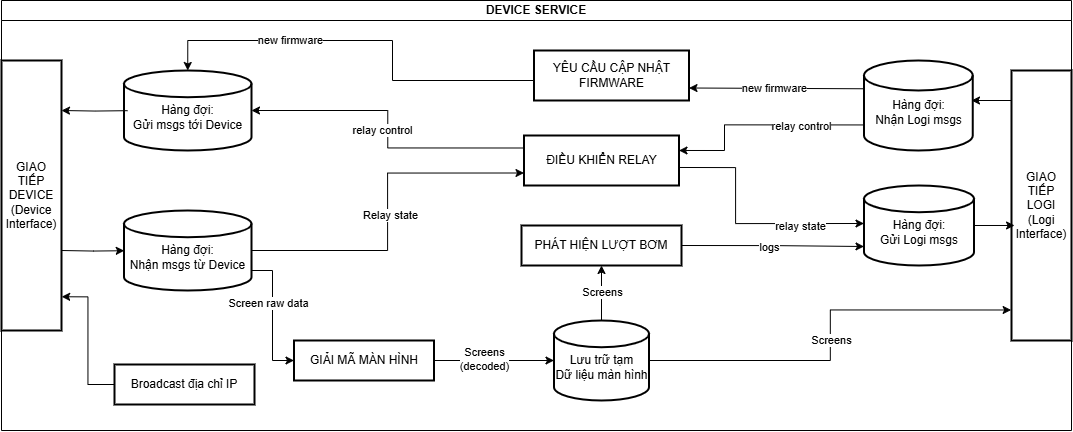
Above: Figures/Chap3_DeviceService-function-block.png in sonnt0201/do-an-tot-nghiep (draw.io), before the change. Source tidied: cells renumbered, new cells last; positions are measured from the earlier drawing's top-left corner, leaving out a move shared by most shapes.
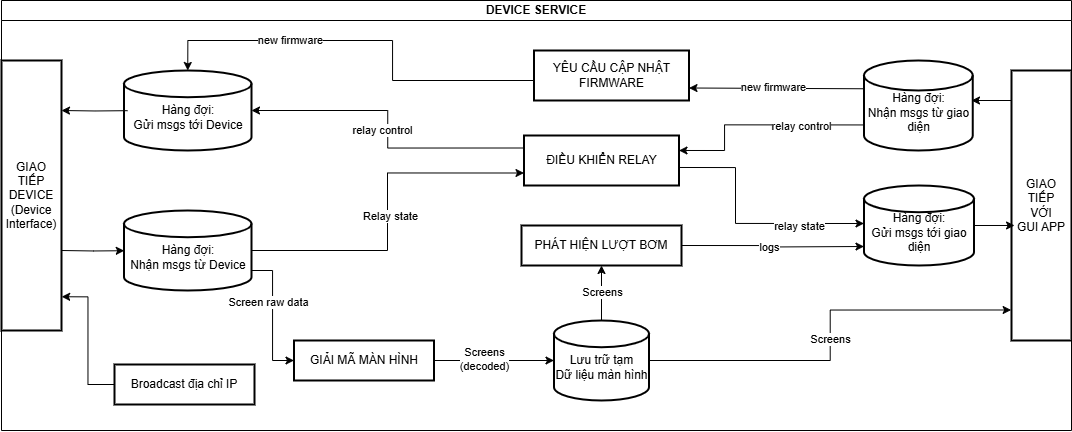
Above is the later version.

The edit, as a diff of the source:
```diff
@@ -17,11 +17,11 @@
     <mxCell id="6" style="edgeStyle=orthogonalEdgeStyle;rounded=0;jettySize=auto;html=1;" parent="2" edge="1" source="8" target="9">
       <mxGeometry relative="1" as="geometry" />
     </mxCell>
-    <mxCell id="7" value="Screens" style="edgeLabel;html=1;align=center;verticalAlign=middle;" parent="6" vertex="1">
-      <mxGeometry x="0.2" y="2" relative="1" as="geometry">
-        <mxPoint x="2" y="4" as="offset" />
-      </mxGeometry>
-    </mxCell>
+    <mxCell id="42" value="Screens" style="edgeLabel;html=1;align=center;verticalAlign=middle;" parent="6" vertex="1">
+      <mxGeometry x="0.2" y="2" relative="1" as="geometry">
+        <mxPoint x="2" y="4" as="offset" />
+      </mxGeometry>
+    </mxCell>
     <mxCell id="8" value="&lt;div&gt;&lt;br&gt;&lt;/div&gt;Lưu trữ tạm&lt;div&gt;Dữ liệu màn hình&lt;/div&gt;" style="strokeWidth=2;html=1;shape=mxgraph.flowchart.database;whiteSpace=wrap;" parent="2" vertex="1">
       <mxGeometry x="552.5" y="320" width="95" height="80" as="geometry" />
     </mxCell>
@@ -31,73 +31,73 @@
     <mxCell id="10" value="ĐIỀU KHIỂN RELAY" style="rounded=0;whiteSpace=wrap;html=1;absoluteArcSize=1;arcSize=14;strokeWidth=2;" parent="2" vertex="1">
       <mxGeometry x="522.5" y="135" width="155" height="50" as="geometry" />
     </mxCell>
-    <mxCell id="11" value="YÊU CẦU CẬP NHẬT FIRMWARE" style="rounded=0;whiteSpace=wrap;html=1;absoluteArcSize=1;arcSize=14;strokeWidth=2;strokeColor=default;fontColor=#000000;" parent="2" vertex="1">
+    <mxCell id="11" value="&lt;font&gt;YÊU CẦU CẬP NHẬT FIRMWARE&lt;/font&gt;" style="rounded=0;whiteSpace=wrap;html=1;absoluteArcSize=1;arcSize=14;strokeWidth=2;strokeColor=default;fontColor=#000000;" parent="2" vertex="1">
       <mxGeometry x="532.5" y="50" width="155" height="50" as="geometry" />
     </mxCell>
     <mxCell id="12" value="GIAO TIẾP&lt;div&gt;DEVICE&lt;/div&gt;&lt;div&gt;(Device Interface)&lt;/div&gt;" style="rounded=0;whiteSpace=wrap;html=1;absoluteArcSize=1;arcSize=14;strokeWidth=2;" parent="2" vertex="1">
       <mxGeometry y="60" width="60" height="270" as="geometry" />
     </mxCell>
-    <mxCell id="13" style="edgeStyle=orthogonalEdgeStyle;rounded=0;jettySize=auto;html=1;exitX=0;exitY=0.716;exitDx=0;exitDy=0;exitPerimeter=0;entryX=1;entryY=0.25;entryDx=0;entryDy=0;" parent="2" edge="1" source="15">
-      <mxGeometry relative="1" as="geometry">
-        <mxPoint x="677.5" y="150" as="targetPoint" />
-        <Array as="points">
-          <mxPoint x="723" y="124" />
-          <mxPoint x="723" y="150" />
-        </Array>
-      </mxGeometry>
-    </mxCell>
-    <mxCell id="14" value="relay control" style="edgeLabel;html=1;align=center;verticalAlign=middle;" parent="13" vertex="1">
-      <mxGeometry x="-0.02" relative="1" as="geometry">
-        <mxPoint x="40" y="1" as="offset" />
-      </mxGeometry>
-    </mxCell>
-    <mxCell id="15" value="&lt;div&gt;&lt;br&gt;&lt;/div&gt;&lt;div&gt;Hàng đợi:&lt;/div&gt;&lt;div&gt;Nhận&amp;nbsp;&lt;span style=&quot;background-color: transparent; color: light-dark(rgb(0, 0, 0), rgb(255, 255, 255));&quot;&gt;Logi msgs&lt;/span&gt;&lt;/div&gt;" style="strokeWidth=2;html=1;shape=mxgraph.flowchart.database;whiteSpace=wrap;" parent="2" vertex="1">
-      <mxGeometry x="862.5" y="60" width="108.8" height="90" as="geometry" />
-    </mxCell>
-    <mxCell id="16" value="&lt;br&gt;&lt;div&gt;&lt;div&gt;Hàng đợi:&lt;/div&gt;&lt;div&gt;Gửi&amp;nbsp;&lt;span style=&quot;background-color: transparent; color: light-dark(rgb(0, 0, 0), rgb(255, 255, 255));&quot;&gt;Logi msgs&lt;/span&gt;&lt;/div&gt;&lt;/div&gt;" style="strokeWidth=2;html=1;shape=mxgraph.flowchart.database;whiteSpace=wrap;" parent="2" vertex="1">
-      <mxGeometry x="862.5" y="185" width="110" height="80" as="geometry" />
-    </mxCell>
-    <mxCell id="17" value="GIAO TIẾP&lt;div&gt;LOGI&lt;/div&gt;&lt;div&gt;(Logi Interface)&lt;/div&gt;" style="rounded=0;whiteSpace=wrap;html=1;absoluteArcSize=1;arcSize=14;strokeWidth=2;" parent="2" vertex="1">
-      <mxGeometry x="1010" y="70" width="60" height="270" as="geometry" />
-    </mxCell>
-    <mxCell id="18" style="edgeStyle=orthogonalEdgeStyle;rounded=0;jettySize=auto;html=1;entryX=-0.006;entryY=0.887;entryDx=0;entryDy=0;entryPerimeter=0;" parent="2" edge="1" source="8" target="17">
-      <mxGeometry relative="1" as="geometry" />
-    </mxCell>
-    <mxCell id="19" value="Screens" style="edgeLabel;html=1;align=center;verticalAlign=middle;" parent="18" vertex="1">
-      <mxGeometry x="-0.02" relative="1" as="geometry" />
-    </mxCell>
-    <mxCell id="20" style="endArrow=classic;html=1;rounded=0;exitX=1;exitY=0.5;exitDx=0;exitDy=0;exitPerimeter=0;entryX=0.051;entryY=0.574;entryDx=0;entryDy=0;entryPerimeter=0;" parent="2" edge="1" source="16" target="17">
-      <mxGeometry relative="1" as="geometry" />
-    </mxCell>
-    <mxCell id="21" style="edgeStyle=orthogonalEdgeStyle;rounded=0;orthogonalLoop=1;jettySize=auto;html=1;" parent="2" edge="1">
-      <mxGeometry relative="1" as="geometry">
-        <mxPoint x="678.5" y="167" as="sourcePoint" />
-        <mxPoint x="862.5" y="223" as="targetPoint" />
-        <Array as="points">
-          <mxPoint x="734" y="167" />
-          <mxPoint x="734" y="223" />
-        </Array>
-      </mxGeometry>
-    </mxCell>
+    <mxCell id="43" style="edgeStyle=orthogonalEdgeStyle;rounded=0;jettySize=auto;html=1;exitX=0;exitY=0.716;exitDx=0;exitDy=0;exitPerimeter=0;entryX=1;entryY=0.25;entryDx=0;entryDy=0;" parent="2" edge="1" source="45">
+      <mxGeometry relative="1" as="geometry">
+        <mxPoint x="677.5" y="150" as="targetPoint" />
+        <Array as="points">
+          <mxPoint x="723" y="124" />
+          <mxPoint x="723" y="150" />
+        </Array>
+      </mxGeometry>
+    </mxCell>
+    <mxCell id="44" value="relay control" style="edgeLabel;html=1;align=center;verticalAlign=middle;" parent="43" vertex="1">
+      <mxGeometry x="-0.02" relative="1" as="geometry">
+        <mxPoint x="40" y="1" as="offset" />
+      </mxGeometry>
+    </mxCell>
+    <mxCell id="45" value="&lt;div&gt;&lt;br&gt;&lt;/div&gt;&lt;div&gt;Hàng đợi:&lt;/div&gt;&lt;div&gt;Nhận&lt;span style=&quot;background-color: transparent; color: light-dark(rgb(0, 0, 0), rgb(255, 255, 255));&quot;&gt;&amp;nbsp;msgs từ giao diện&lt;/span&gt;&lt;/div&gt;" style="strokeWidth=2;html=1;shape=mxgraph.flowchart.database;whiteSpace=wrap;" parent="2" vertex="1">
+      <mxGeometry x="862.5" y="60" width="108.8" height="90" as="geometry" />
+    </mxCell>
+    <mxCell id="46" value="&lt;br&gt;&lt;div&gt;&lt;div&gt;Hàng đợi:&lt;/div&gt;&lt;div&gt;Gửi&amp;nbsp;&lt;span style=&quot;background-color: transparent; color: light-dark(rgb(0, 0, 0), rgb(255, 255, 255));&quot;&gt;msgs tới giao diện&lt;/span&gt;&lt;/div&gt;&lt;/div&gt;" style="strokeWidth=2;html=1;shape=mxgraph.flowchart.database;whiteSpace=wrap;" parent="2" vertex="1">
+      <mxGeometry x="862.5" y="185" width="110" height="80" as="geometry" />
+    </mxCell>
+    <mxCell id="47" value="GIAO TIẾP&lt;div&gt;VỚI&lt;br&gt;&lt;div&gt;GUI APP&lt;/div&gt;&lt;/div&gt;" style="rounded=0;whiteSpace=wrap;html=1;absoluteArcSize=1;arcSize=14;strokeWidth=2;" parent="2" vertex="1">
+      <mxGeometry x="1010" y="70" width="60" height="270" as="geometry" />
+    </mxCell>
+    <mxCell id="48" style="edgeStyle=orthogonalEdgeStyle;rounded=0;jettySize=auto;html=1;entryX=-0.006;entryY=0.887;entryDx=0;entryDy=0;entryPerimeter=0;" parent="2" edge="1" source="8" target="47">
+      <mxGeometry relative="1" as="geometry" />
+    </mxCell>
+    <mxCell id="49" value="Screens" style="edgeLabel;html=1;align=center;verticalAlign=middle;" parent="48" vertex="1">
+      <mxGeometry x="-0.02" relative="1" as="geometry" />
+    </mxCell>
+    <mxCell id="50" style="endArrow=classic;html=1;rounded=0;exitX=1;exitY=0.5;exitDx=0;exitDy=0;exitPerimeter=0;entryX=0.051;entryY=0.574;entryDx=0;entryDy=0;entryPerimeter=0;" parent="2" edge="1" source="46" target="47">
+      <mxGeometry relative="1" as="geometry" />
+    </mxCell>
+    <mxCell id="51" style="edgeStyle=orthogonalEdgeStyle;rounded=0;orthogonalLoop=1;jettySize=auto;html=1;" parent="2" edge="1">
+      <mxGeometry relative="1" as="geometry">
+        <mxPoint x="678.5" y="167" as="sourcePoint" />
+        <mxPoint x="862.5" y="223" as="targetPoint" />
+        <Array as="points">
+          <mxPoint x="734" y="167" />
+          <mxPoint x="734" y="223" />
+        </Array>
+      </mxGeometry>
+    </mxCell>
-    <mxCell id="22" value="relay state" style="edgeLabel;html=1;align=center;verticalAlign=middle;" parent="21" vertex="1">
+    <mxCell id="22" value="relay state" style="edgeLabel;html=1;align=center;verticalAlign=middle;" parent="51" vertex="1">
       <mxGeometry x="0.04" y="-2" relative="1" as="geometry">
         <mxPoint x="50" as="offset" />
       </mxGeometry>
     </mxCell>
-    <mxCell id="23" style="endArrow=classic;html=1;rounded=0;exitX=-0.006;exitY=0.314;exitDx=0;exitDy=0;exitPerimeter=0;entryX=1;entryY=0.75;entryDx=0;entryDy=0;fillColor=#d80073;strokeColor=default;" parent="2" edge="1" source="15" target="11">
-      <mxGeometry relative="1" as="geometry" />
-    </mxCell>
-    <mxCell id="24" value="new firmware" style="edgeLabel;html=1;align=center;verticalAlign=middle;" parent="23" vertex="1">
-      <mxGeometry x="0.09" y="-1" relative="1" as="geometry">
-        <mxPoint x="5" as="offset" />
-      </mxGeometry>
-    </mxCell>
-    <mxCell id="25" style="edgeStyle=orthogonalEdgeStyle;rounded=0;jettySize=auto;html=1;exitX=1;exitY=0.5;exitDx=0;exitDy=0;" parent="2" edge="1" source="9">
-      <mxGeometry relative="1" as="geometry">
-        <mxPoint x="862.5" y="246" as="targetPoint" />
-      </mxGeometry>
-    </mxCell>
+    <mxCell id="52" style="endArrow=classic;html=1;rounded=0;exitX=-0.006;exitY=0.314;exitDx=0;exitDy=0;exitPerimeter=0;entryX=1;entryY=0.75;entryDx=0;entryDy=0;fillColor=#d80073;strokeColor=default;" parent="2" edge="1" source="45" target="11">
+      <mxGeometry relative="1" as="geometry" />
+    </mxCell>
+    <mxCell id="53" value="new firmware" style="edgeLabel;html=1;align=center;verticalAlign=middle;" parent="52" vertex="1">
+      <mxGeometry x="0.09" y="-1" relative="1" as="geometry">
+        <mxPoint x="5" as="offset" />
+      </mxGeometry>
+    </mxCell>
+    <mxCell id="54" style="edgeStyle=orthogonalEdgeStyle;rounded=0;jettySize=auto;html=1;exitX=1;exitY=0.5;exitDx=0;exitDy=0;" parent="2" edge="1" source="9">
+      <mxGeometry relative="1" as="geometry">
+        <mxPoint x="862.5" y="246" as="targetPoint" />
+      </mxGeometry>
+    </mxCell>
-    <mxCell id="26" value="logs" style="edgeLabel;html=1;align=center;verticalAlign=middle;" parent="25" vertex="1">
+    <mxCell id="26" value="logs" style="edgeLabel;html=1;align=center;verticalAlign=middle;" parent="54" vertex="1">
       <mxGeometry x="-0.05" y="-1" relative="1" as="geometry" />
     </mxCell>
     <mxCell id="27" value="&lt;br&gt;&lt;div&gt;&lt;div&gt;Hàng đợi:&lt;/div&gt;&lt;div&gt;Gửi&amp;nbsp;&lt;span style=&quot;background-color: transparent; color: light-dark(rgb(0, 0, 0), rgb(255, 255, 255));&quot;&gt;msgs tới Device&lt;/span&gt;&lt;/div&gt;&lt;/div&gt;" style="strokeWidth=2;html=1;shape=mxgraph.flowchart.database;whiteSpace=wrap;" parent="2" vertex="1">
@@ -131,18 +131,18 @@
     <mxCell id="32" value="&lt;br&gt;&lt;div&gt;&lt;div&gt;Hàng đợi:&lt;/div&gt;&lt;div&gt;Nhận&amp;nbsp;&lt;span style=&quot;background-color: transparent; color: light-dark(rgb(0, 0, 0), rgb(255, 255, 255));&quot;&gt;msgs từ Device&lt;/span&gt;&lt;/div&gt;&lt;/div&gt;" style="strokeWidth=2;html=1;shape=mxgraph.flowchart.database;whiteSpace=wrap;" parent="2" vertex="1">
       <mxGeometry x="122.5" y="210" width="127.5" height="80" as="geometry" />
     </mxCell>
-    <mxCell id="33" style="edgeStyle=orthogonalEdgeStyle;rounded=0;orthogonalLoop=1;jettySize=auto;html=1;exitX=1;exitY=0.75;exitDx=0;exitDy=0;entryX=0.002;entryY=0.659;entryDx=0;entryDy=0;entryPerimeter=0;" parent="2" edge="1">
-      <mxGeometry relative="1" as="geometry">
-        <mxPoint x="60" y="250" as="sourcePoint" />
-        <mxPoint x="122.8" y="250.2" as="targetPoint" />
-      </mxGeometry>
-    </mxCell>
-    <mxCell id="34" style="edgeStyle=orthogonalEdgeStyle;rounded=0;orthogonalLoop=1;jettySize=auto;html=1;exitX=1;exitY=0.25;exitDx=0;exitDy=0;entryX=0.028;entryY=0.721;entryDx=0;entryDy=0;entryPerimeter=0;startArrow=classic;startFill=1;endArrow=none;" parent="2" edge="1">
-      <mxGeometry relative="1" as="geometry">
-        <mxPoint x="60" y="110" as="sourcePoint" />
-        <mxPoint x="126.1" y="110.2" as="targetPoint" />
-      </mxGeometry>
-    </mxCell>
+    <mxCell id="55" style="edgeStyle=orthogonalEdgeStyle;rounded=0;orthogonalLoop=1;jettySize=auto;html=1;exitX=1;exitY=0.75;exitDx=0;exitDy=0;entryX=0.002;entryY=0.659;entryDx=0;entryDy=0;entryPerimeter=0;" parent="2" edge="1">
+      <mxGeometry relative="1" as="geometry">
+        <mxPoint x="60" y="250" as="sourcePoint" />
+        <mxPoint x="122.8" y="250.2" as="targetPoint" />
+      </mxGeometry>
+    </mxCell>
+    <mxCell id="56" style="edgeStyle=orthogonalEdgeStyle;rounded=0;orthogonalLoop=1;jettySize=auto;html=1;exitX=1;exitY=0.25;exitDx=0;exitDy=0;entryX=0.028;entryY=0.721;entryDx=0;entryDy=0;entryPerimeter=0;startArrow=classic;startFill=1;endArrow=none;" parent="2" edge="1">
+      <mxGeometry relative="1" as="geometry">
+        <mxPoint x="60" y="110" as="sourcePoint" />
+        <mxPoint x="126.1" y="110.2" as="targetPoint" />
+      </mxGeometry>
+    </mxCell>
     <mxCell id="35" style="edgeStyle=orthogonalEdgeStyle;rounded=0;jettySize=auto;html=1;exitX=0;exitY=0.5;exitDx=0;exitDy=0;entryX=0.5;entryY=0;entryDx=0;entryDy=0;entryPerimeter=0;fillColor=#d80073;strokeColor=default;" parent="2" edge="1" source="11" target="27">
       <mxGeometry relative="1" as="geometry">
         <Array as="points">
@@ -153,21 +153,21 @@
         </Array>
       </mxGeometry>
     </mxCell>
-    <mxCell id="36" value="new firmware" style="edgeLabel;html=1;align=center;verticalAlign=middle;" parent="35" vertex="1">
-      <mxGeometry x="0.38" y="-1" relative="1" as="geometry" />
-    </mxCell>
+    <mxCell id="57" value="new firmware" style="edgeLabel;html=1;align=center;verticalAlign=middle;" parent="35" vertex="1">
+      <mxGeometry x="0.38" y="-1" relative="1" as="geometry" />
+    </mxCell>
     <mxCell id="37" style="edgeStyle=orthogonalEdgeStyle;rounded=0;jettySize=auto;html=1;exitX=0;exitY=0.25;exitDx=0;exitDy=0;entryX=1;entryY=0.5;entryDx=0;entryDy=0;entryPerimeter=0;" parent="2" edge="1" source="10" target="27">
       <mxGeometry relative="1" as="geometry" />
     </mxCell>
-    <mxCell id="38" value="relay control" style="edgeLabel;html=1;align=center;verticalAlign=middle;" parent="37" vertex="1">
-      <mxGeometry y="6" relative="1" as="geometry" />
-    </mxCell>
-    <mxCell id="39" style="endArrow=none;html=1;rounded=0;exitX=1;exitY=0.5;exitDx=0;exitDy=0;exitPerimeter=0;entryX=0.051;entryY=0.574;entryDx=0;entryDy=0;entryPerimeter=0;startArrow=classic;startFill=1;" parent="2" edge="1">
-      <mxGeometry relative="1" as="geometry">
-        <mxPoint x="970" y="100" as="sourcePoint" />
-        <mxPoint x="1010" y="100" as="targetPoint" />
-      </mxGeometry>
-    </mxCell>
+    <mxCell id="58" value="relay control" style="edgeLabel;html=1;align=center;verticalAlign=middle;" parent="37" vertex="1">
+      <mxGeometry y="6" relative="1" as="geometry" />
+    </mxCell>
+    <mxCell id="59" style="endArrow=none;html=1;rounded=0;exitX=1;exitY=0.5;exitDx=0;exitDy=0;exitPerimeter=0;entryX=0.051;entryY=0.574;entryDx=0;entryDy=0;entryPerimeter=0;startArrow=classic;startFill=1;" parent="2" edge="1">
+      <mxGeometry relative="1" as="geometry">
+        <mxPoint x="970" y="100" as="sourcePoint" />
+        <mxPoint x="1010" y="100" as="targetPoint" />
+      </mxGeometry>
+    </mxCell>
     <mxCell id="40" value="Broadcast địa chỉ IP" style="rounded=0;whiteSpace=wrap;html=1;absoluteArcSize=1;arcSize=14;strokeWidth=2;strokeColor=#000000;fontColor=#000000;fillColor=default;" parent="2" vertex="1">
       <mxGeometry x="113" y="364" width="140" height="40" as="geometry" />
     </mxCell>
```
